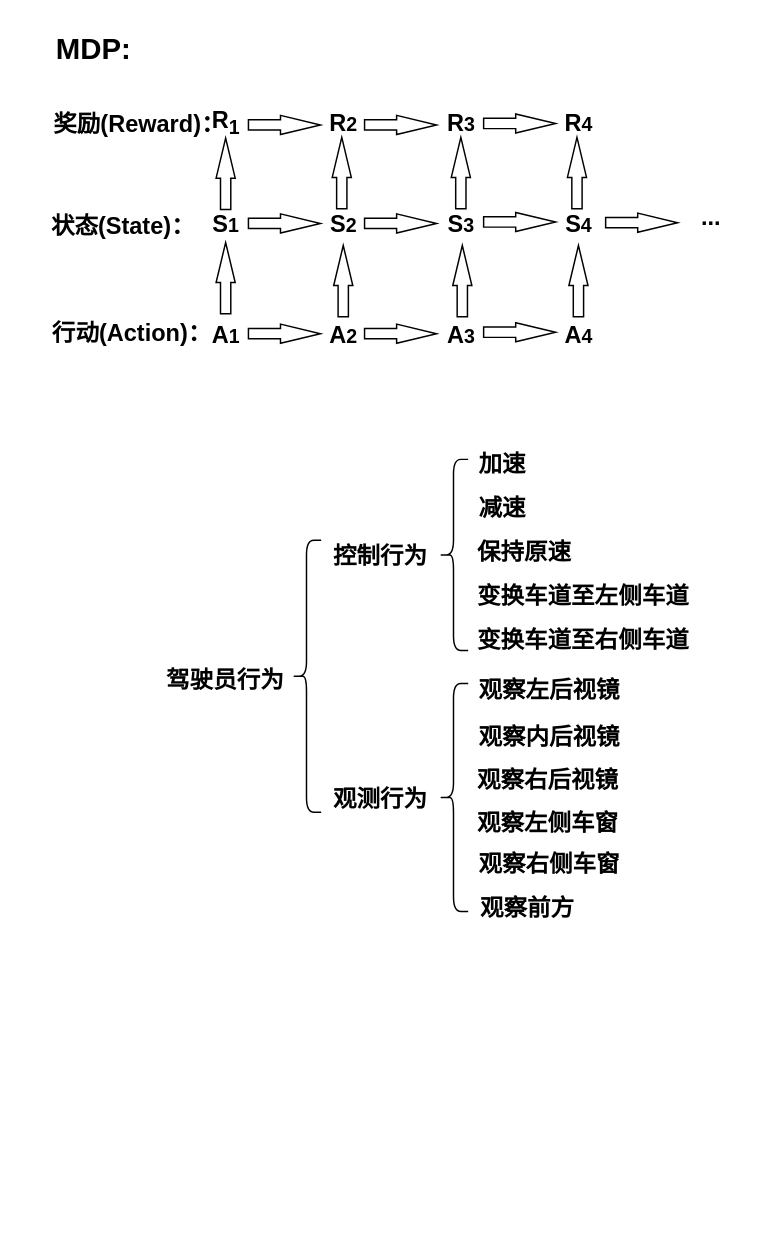
Before: page "第 1 页" (1 of 4) of senior design/未命名绘图.drawio in SlidingEagle/draw.io, a draw.io diagram. Source tidied: cells renumbered, new cells numbered last; positions are measured from the earlier drawing's top-left corner, leaving out a move shared by most shapes. Both pictures are drawn from the tidied source at 147%, with x=0, y=0 at pixel (41, 25).
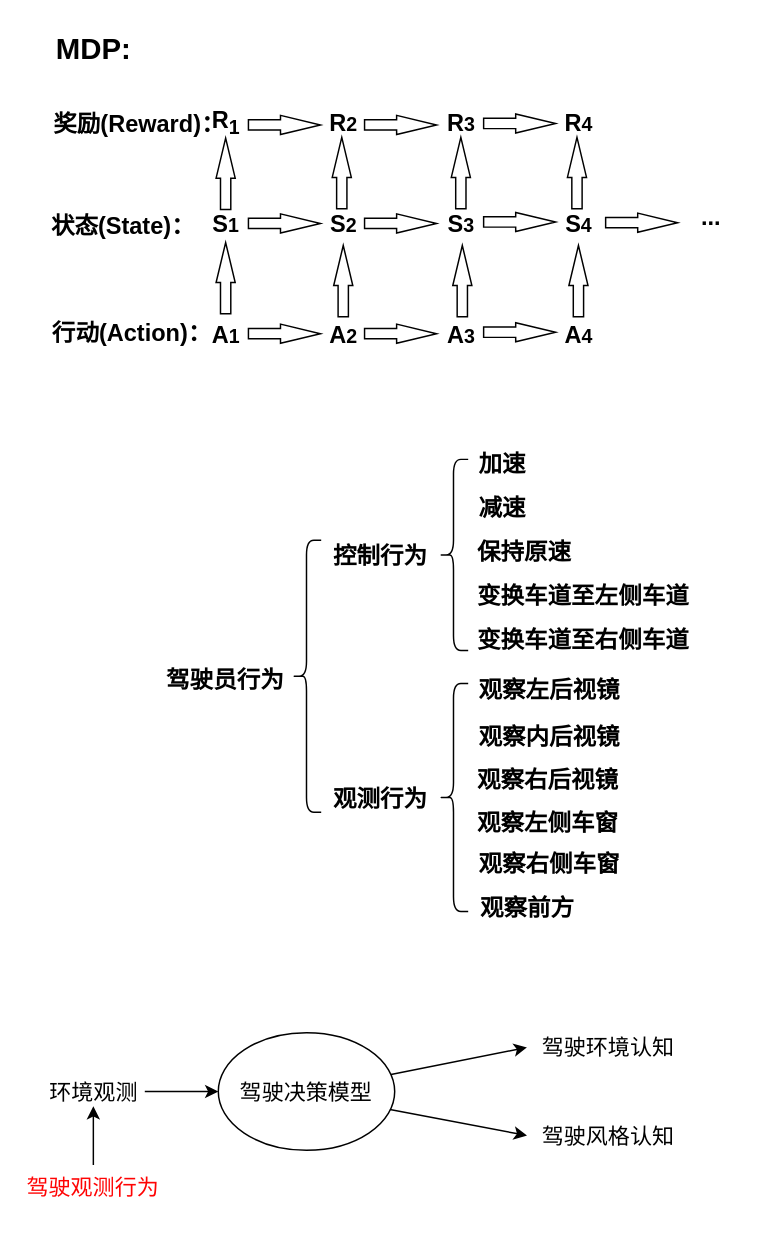
The same diagram, later.

The edit, as a diff of the source:
```diff
@@
+    <mxCell id="54" value="&lt;font style=&quot;font-size: 15px&quot;&gt;驾驶决策模型&lt;/font&gt;" style="ellipse;whiteSpace=wrap;html=1;" parent="1" vertex="1">
+      <mxGeometry x="120" y="685" width="120" height="80" as="geometry" />
+    </mxCell>
+    <mxCell id="55" style="endArrow=classic;html=1;rounded=0;fontSize=15;entryX=0;entryY=0.5;entryDx=0;entryDy=0;" parent="1" edge="1" target="54">
+      <mxGeometry relative="1" as="geometry">
+        <mxPoint x="70" y="725" as="sourcePoint" />
+      </mxGeometry>
+    </mxCell>
+    <mxCell id="56" value="环境观测" style="text;html=1;align=center;verticalAlign=middle;points=[];strokeColor=none;fillColor=none;fontSize=15;" parent="1" vertex="1">
+      <mxGeometry x="-5" y="715" width="80" height="20" as="geometry" />
+    </mxCell>
+    <mxCell id="57" style="endArrow=classic;html=1;rounded=0;fontSize=15;" parent="1" edge="1" source="54">
+      <mxGeometry relative="1" as="geometry">
+        <mxPoint x="330" y="695" as="targetPoint" />
+      </mxGeometry>
+    </mxCell>
+    <mxCell id="58" style="endArrow=classic;html=1;rounded=0;fontSize=15;exitX=0.973;exitY=0.653;exitDx=0;exitDy=0;exitPerimeter=0;" parent="1" edge="1" source="54">
+      <mxGeometry relative="1" as="geometry">
+        <mxPoint x="330" y="755" as="targetPoint" />
+      </mxGeometry>
+    </mxCell>
+    <mxCell id="59" value="驾驶环境认知" style="text;html=1;align=center;verticalAlign=middle;strokeColor=none;fillColor=none;fontSize=15;" parent="1" vertex="1">
+      <mxGeometry x="330" y="685" width="110" height="20" as="geometry" />
+    </mxCell>
+    <mxCell id="60" value="驾驶风格认知" style="text;html=1;align=center;verticalAlign=middle;strokeColor=none;fillColor=none;fontSize=15;" parent="1" vertex="1">
+      <mxGeometry x="330" y="745" width="110" height="20" as="geometry" />
+    </mxCell>
+    <mxCell id="61" value="&lt;font color=&quot;#ff0303&quot;&gt;驾驶观测行为&lt;/font&gt;" style="text;html=1;strokeColor=none;fillColor=none;align=center;verticalAlign=middle;whiteSpace=wrap;rounded=0;fontSize=15;" parent="1" vertex="1">
+      <mxGeometry x="-11" y="775" width="92" height="30" as="geometry" />
+    </mxCell>
+    <mxCell id="62" style="endArrow=classic;html=1;rounded=0;fontSize=15;exitX=0.5;exitY=0;exitDx=0;exitDy=0;" parent="1" edge="1" source="61" target="56">
+      <mxGeometry relative="1" as="geometry" />
+    </mxCell>
```
